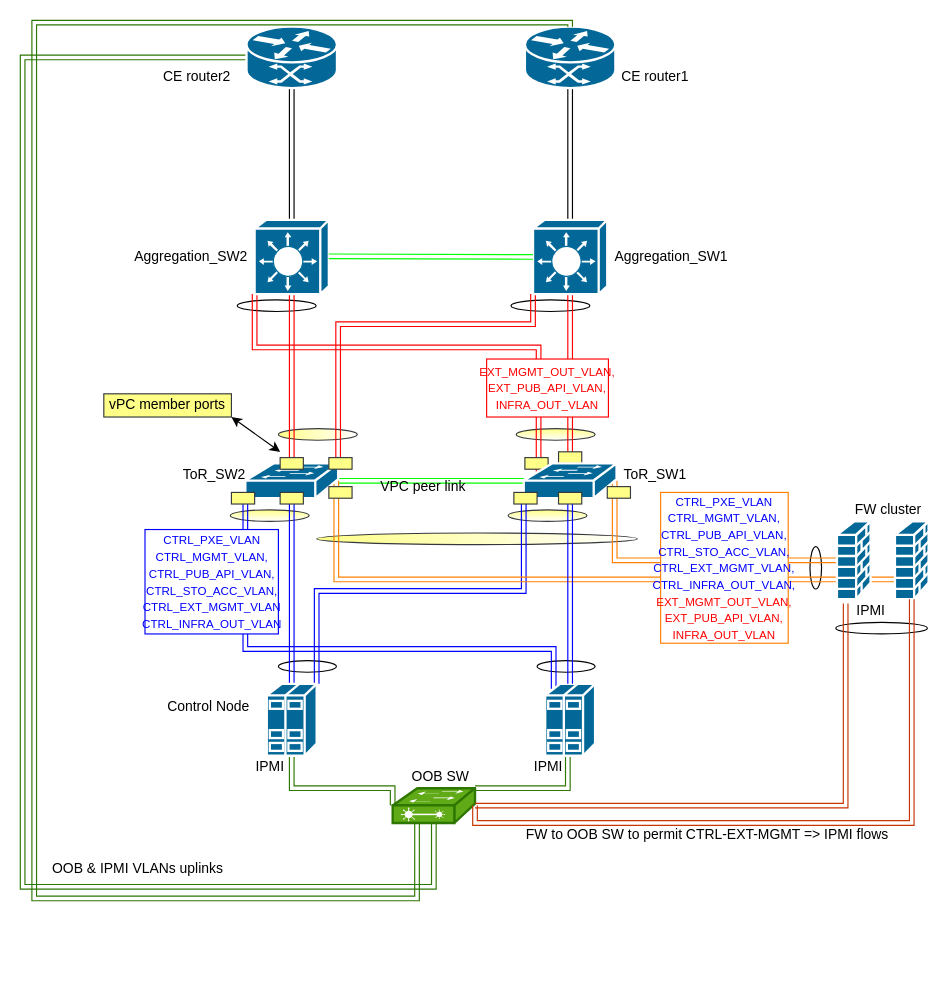
The draw.io diagram LLD_OPC_OJO_dual-side_ToR_vPC.drawio in bogdanadrian-burciu/diagrams-net, before the edit. Source tidied: cells renumbered, new cells numbered last; positions are measured from the earlier drawing's top-left corner, leaving out a move shared by most shapes. Both pictures are drawn from the tidied source at 116%, with x=0, y=0 at pixel (22, 22).
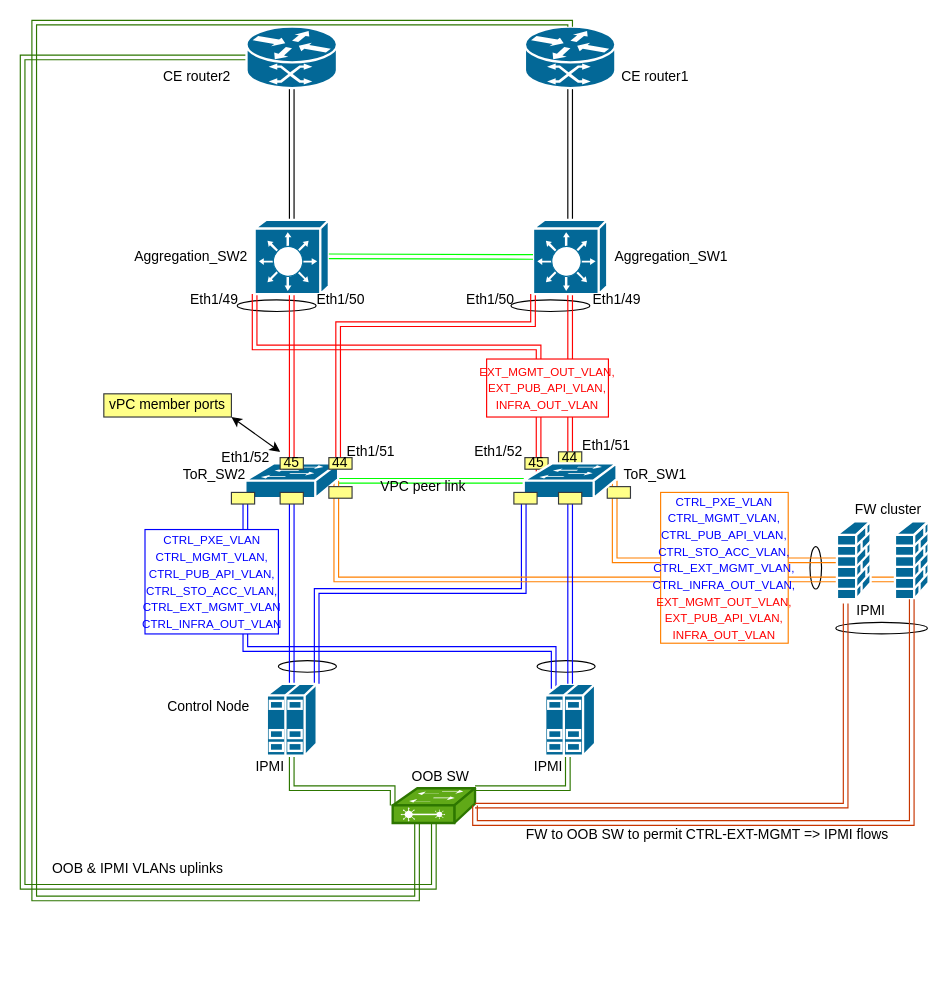
The same page after the edit.

Change to the diagram source:
```diff
@@
+    <mxCell id="78" value="Eth1/52" style="text;html=1;align=center;verticalAlign=middle;" parent="1" vertex="1">
+      <mxGeometry x="380" y="360" width="60" height="20" as="geometry" />
+    </mxCell>
+    <mxCell id="79" value="Eth1/51" style="text;html=1;align=center;verticalAlign=middle;" parent="1" vertex="1">
+      <mxGeometry x="473" y="355" width="60" height="20" as="geometry" />
+    </mxCell>
+    <mxCell id="80" value="Eth1/51" style="text;html=1;align=center;verticalAlign=middle;" parent="1" vertex="1">
+      <mxGeometry x="270" y="360" width="60" height="20" as="geometry" />
+    </mxCell>
@@
-    <mxCell id="4" style="ellipse;whiteSpace=wrap;html=1;fillColor=#ffff88;strokeColor=#36393d;gradientDirection=east;gradientColor=#ffffff;" parent="1" vertex="1">
-      <mxGeometry x="220.5" y="350" width="68" height="10" as="geometry" />
-    </mxCell>
-    <mxCell id="5" style="ellipse;whiteSpace=wrap;html=1;fillColor=#ffff88;strokeColor=#36393d;gradientColor=#ffffff;" parent="1" vertex="1">
-      <mxGeometry x="179" y="420" width="68" height="10" as="geometry" />
-    </mxCell>
-    <mxCell id="6" style="ellipse;whiteSpace=wrap;html=1;fillColor=#ffff88;strokeColor=#36393d;gradientColor=#ffffff;" parent="1" vertex="1">
-      <mxGeometry x="418.5" y="420" width="68" height="10" as="geometry" />
-    </mxCell>
-    <mxCell id="7" style="ellipse;whiteSpace=wrap;html=1;fillColor=#ffff88;strokeColor=#36393d;gradientColor=#ffffff;" parent="1" vertex="1">
-      <mxGeometry x="425.5" y="350" width="68" height="10" as="geometry" />
-    </mxCell>
-    <mxCell id="8" style="ellipse;whiteSpace=wrap;html=1;fillColor=#ffff88;strokeColor=#36393d;gradientColor=#ffffff;gradientDirection=east;" parent="1" vertex="1">
-      <mxGeometry x="253.5" y="440" width="276.5" height="10" as="geometry" />
-    </mxCell>
@@
-    <mxCell id="62" style="whiteSpace=wrap;html=1;fillColor=#ffff88;strokeColor=#36393d;" parent="1" vertex="1">
+    <mxCell id="62" value="45" style="whiteSpace=wrap;html=1;fillColor=#ffff88;strokeColor=#36393d;" parent="1" vertex="1">
       <mxGeometry x="222" y="375" width="20" height="10" as="geometry" />
     </mxCell>
-    <mxCell id="63" style="whiteSpace=wrap;html=1;fillColor=#ffff88;strokeColor=#36393d;" parent="1" vertex="1">
+    <mxCell id="63" value="44" style="whiteSpace=wrap;html=1;fillColor=#ffff88;strokeColor=#36393d;" parent="1" vertex="1">
       <mxGeometry x="264" y="375" width="20" height="10" as="geometry" />
     </mxCell>
@@
-    <mxCell id="66" style="whiteSpace=wrap;html=1;fillColor=#ffff88;strokeColor=#36393d;" parent="1" vertex="1">
+    <mxCell id="66" value="44" style="whiteSpace=wrap;html=1;fillColor=#ffff88;strokeColor=#36393d;" parent="1" vertex="1">
       <mxGeometry x="462" y="370" width="20" height="10" as="geometry" />
     </mxCell>
-    <mxCell id="67" style="whiteSpace=wrap;html=1;fillColor=#ffff88;strokeColor=#36393d;" parent="1" vertex="1">
+    <mxCell id="67" value="45" style="whiteSpace=wrap;html=1;fillColor=#ffff88;strokeColor=#36393d;" parent="1" vertex="1">
       <mxGeometry x="433" y="375" width="20" height="10" as="geometry" />
     </mxCell>
-    <mxCell id="68" style="shape=mxgraph.cisco.switches.workgroup_switch;html=1;dashed=0;fillColor=#036897;strokeColor=#ffffff;strokeWidth=2;verticalLabelPosition=bottom;verticalAlign=top;align=center;outlineConnect=0;" parent="1" vertex="1">
-      <mxGeometry x="432" y="380" width="80" height="30" as="geometry" />
-    </mxCell>
-    <mxCell id="69" style="whiteSpace=wrap;html=1;fillColor=#ffff88;strokeColor=#36393d;" parent="1" vertex="1">
-      <mxGeometry x="423.5" y="405" width="20" height="10" as="geometry" />
-    </mxCell>
-    <mxCell id="70" style="whiteSpace=wrap;html=1;fillColor=#ffff88;strokeColor=#36393d;" parent="1" vertex="1">
-      <mxGeometry x="462" y="405" width="20" height="10" as="geometry" />
-    </mxCell>
@@
+    <mxCell id="81" value="Eth1/49" style="text;html=1;align=center;verticalAlign=middle;" parent="1" vertex="1">
+      <mxGeometry x="482" y="229" width="60" height="20" as="geometry" />
+    </mxCell>
+    <mxCell id="82" value="Eth1/49" style="text;html=1;align=center;verticalAlign=middle;" parent="1" vertex="1">
+      <mxGeometry x="135" y="229" width="60" height="20" as="geometry" />
+    </mxCell>
+    <mxCell id="83" value="Eth1/50" style="text;html=1;align=center;verticalAlign=middle;" parent="1" vertex="1">
+      <mxGeometry x="373" y="229" width="60" height="20" as="geometry" />
+    </mxCell>
+    <mxCell id="84" value="Eth1/50" style="text;html=1;align=center;verticalAlign=middle;" parent="1" vertex="1">
+      <mxGeometry x="244" y="229" width="60" height="20" as="geometry" />
+    </mxCell>
+    <mxCell id="85" value="Eth1/52" style="text;html=1;align=center;verticalAlign=middle;" parent="1" vertex="1">
+      <mxGeometry x="162" y="365" width="60" height="20" as="geometry" />
+    </mxCell>
+    <mxCell id="68" style="shape=mxgraph.cisco.switches.workgroup_switch;html=1;dashed=0;fillColor=#036897;strokeColor=#ffffff;strokeWidth=2;verticalLabelPosition=bottom;verticalAlign=top;align=center;outlineConnect=0;" parent="1" vertex="1">
+      <mxGeometry x="432" y="380" width="80" height="30" as="geometry" />
+    </mxCell>
+    <mxCell id="70" style="whiteSpace=wrap;html=1;fillColor=#ffff88;strokeColor=#36393d;" parent="1" vertex="1">
+      <mxGeometry x="462" y="405" width="20" height="10" as="geometry" />
+    </mxCell>
+    <mxCell id="69" style="whiteSpace=wrap;html=1;fillColor=#ffff88;strokeColor=#36393d;" parent="1" vertex="1">
+      <mxGeometry x="423.5" y="405" width="20" height="10" as="geometry" />
+    </mxCell>
```
